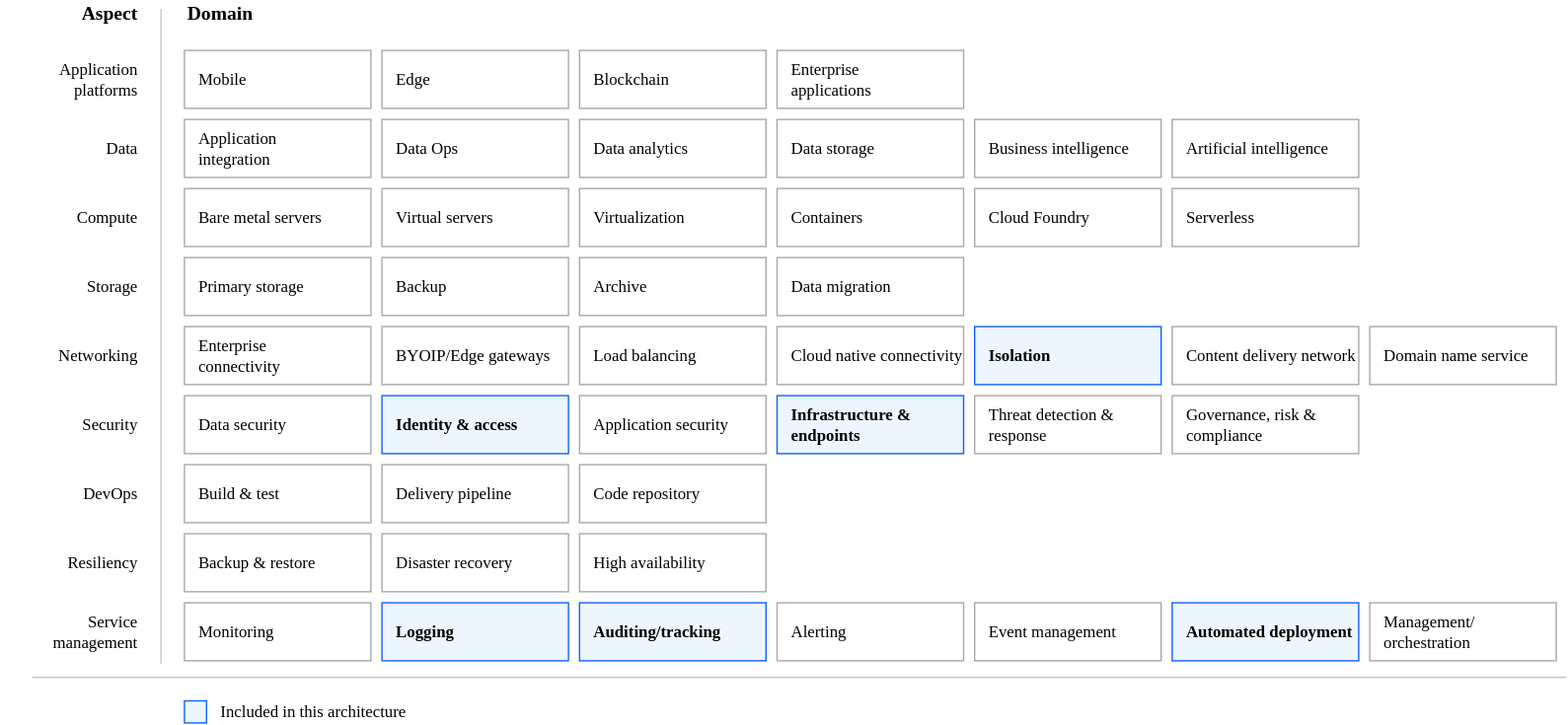
Earlier version of the draw.io export reference-architecture/heat-map-deploy-arch-slz-vpc-fully-configurable.svg (terraform-ibm-modules/terraform-ibm-landing-zone-vpc). Source tidied: cells renumbered, new cells last; positions are measured from the earlier drawing's top-left corner, leaving out a move shared by most shapes.
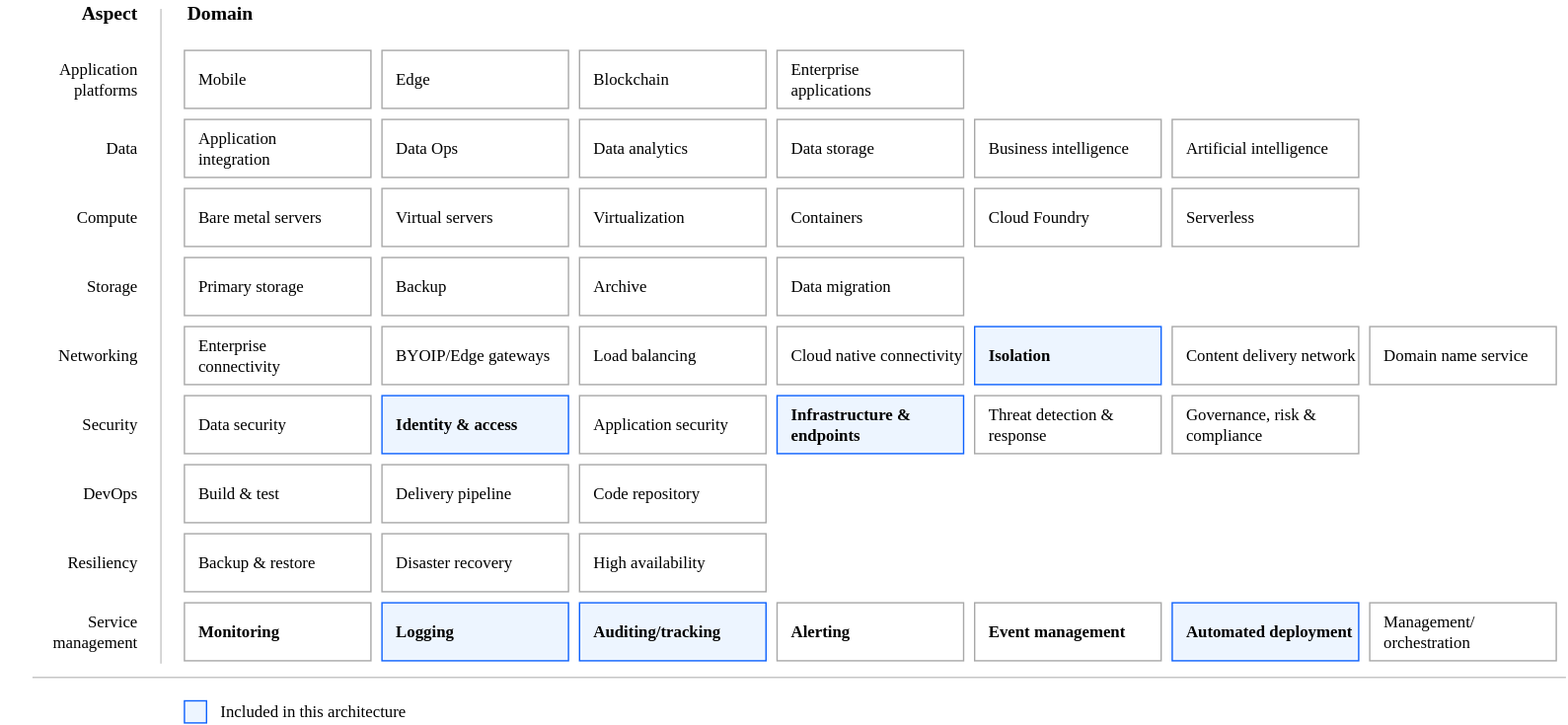
After the commit.

Change to the diagram source:
```diff
@@ -26,7 +26,7 @@
     <mxCell id="9" value="Backup &amp;amp; restore" style="rounded=0;whiteSpace=wrap;html=1;strokeColor=#A8A8A8;align=left;spacingLeft=8;fontFamily=IBM Plex Sans;" parent="1" vertex="1">
       <mxGeometry x="133" y="386" width="135" height="42" as="geometry" />
     </mxCell>
-    <mxCell id="10" value="Monitoring" style="rounded=0;whiteSpace=wrap;html=1;strokeColor=light-dark(#A8A8A8,#5CA4FF);align=left;spacingLeft=8;fontFamily=IBM Plex Sans;fillColor=light-dark(#FFFFFF,#151C24);" parent="1" vertex="1">
+    <mxCell id="10" value="&lt;b&gt;Monitoring&lt;/b&gt;" style="rounded=0;whiteSpace=wrap;html=1;strokeColor=light-dark(#A8A8A8,#5CA4FF);align=left;spacingLeft=8;fontFamily=IBM Plex Sans;fillColor=light-dark(#FFFFFF,#151C24);" parent="1" vertex="1">
       <mxGeometry x="133" y="436" width="135" height="42" as="geometry" />
     </mxCell>
     <mxCell id="11" value="Edge" style="rounded=0;whiteSpace=wrap;html=1;strokeColor=#A8A8A8;align=left;spacingLeft=8;fontFamily=IBM Plex Sans;fillColor=default;fontStyle=0;" parent="1" vertex="1">
@@ -125,10 +125,10 @@
     <mxCell id="42" value="Auditing/tracking" style="rounded=0;whiteSpace=wrap;html=1;strokeColor=#0E62FD;align=left;spacingLeft=8;fontFamily=IBM Plex Sans;fillColor=#EDF5FF;fontStyle=1;" parent="1" vertex="1">
       <mxGeometry x="419" y="436" width="135" height="42" as="geometry" />
     </mxCell>
-    <mxCell id="43" value="Alerting" style="rounded=0;whiteSpace=wrap;html=1;strokeColor=light-dark(#A8A8A8,#5CA4FF);align=left;spacingLeft=8;fontFamily=IBM Plex Sans;fillColor=light-dark(#FFFFFF,#151C24);fontStyle=0;" parent="1" vertex="1">
+    <mxCell id="43" value="&lt;b&gt;Alerting&lt;/b&gt;" style="rounded=0;whiteSpace=wrap;html=1;strokeColor=light-dark(#A8A8A8,#5CA4FF);align=left;spacingLeft=8;fontFamily=IBM Plex Sans;fillColor=light-dark(#FFFFFF,#151C24);fontStyle=0;" parent="1" vertex="1">
       <mxGeometry x="562" y="436" width="135" height="42" as="geometry" />
     </mxCell>
-    <mxCell id="44" value="Event management" style="rounded=0;whiteSpace=wrap;html=1;strokeColor=light-dark(#A8A8A8,#5CA4FF);align=left;spacingLeft=8;fontFamily=IBM Plex Sans;fillColor=light-dark(#FFFFFF,#151C24);fontStyle=0;" parent="1" vertex="1">
+    <mxCell id="44" value="&lt;b&gt;Event management&lt;/b&gt;" style="rounded=0;whiteSpace=wrap;html=1;strokeColor=light-dark(#A8A8A8,#5CA4FF);align=left;spacingLeft=8;fontFamily=IBM Plex Sans;fillColor=light-dark(#FFFFFF,#151C24);fontStyle=0;" parent="1" vertex="1">
       <mxGeometry x="705" y="436" width="135" height="42" as="geometry" />
     </mxCell>
     <mxCell id="45" value="Automated deployment" style="rounded=0;whiteSpace=wrap;html=1;strokeColor=#0E62FD;align=left;spacingLeft=8;fontFamily=IBM Plex Sans;fillColor=#EDF5FF;fontStyle=1;" parent="1" vertex="1">
```
